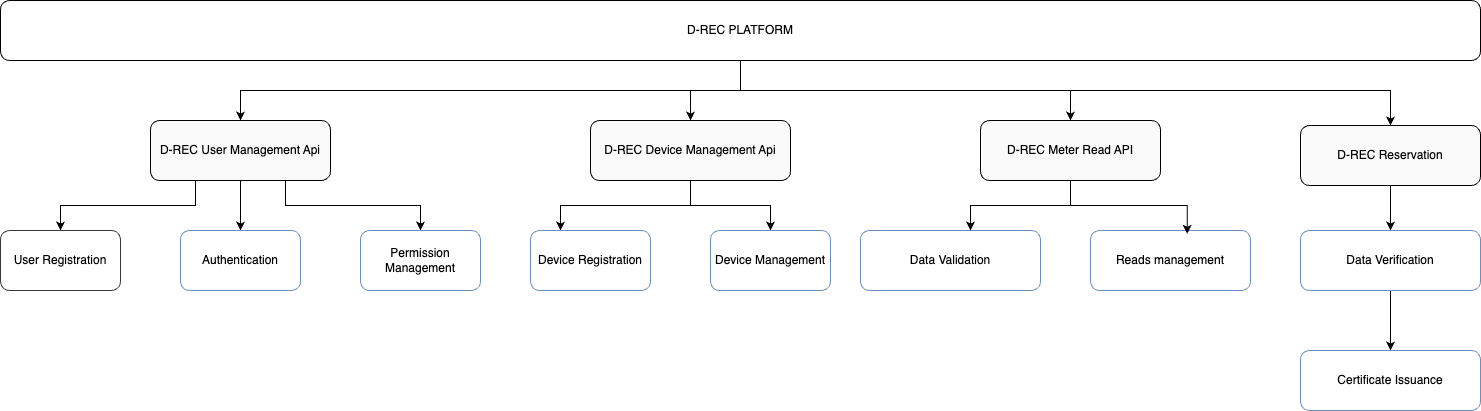
d-rec/drec-origin keeps this draw.io diagram as docs/platform-overview/img/service-architecture-diagram.png. Above is the earlier version. Source tidied: cells renumbered, new cells last; positions are measured from the earlier drawing's top-left corner, leaving out a move shared by most shapes.
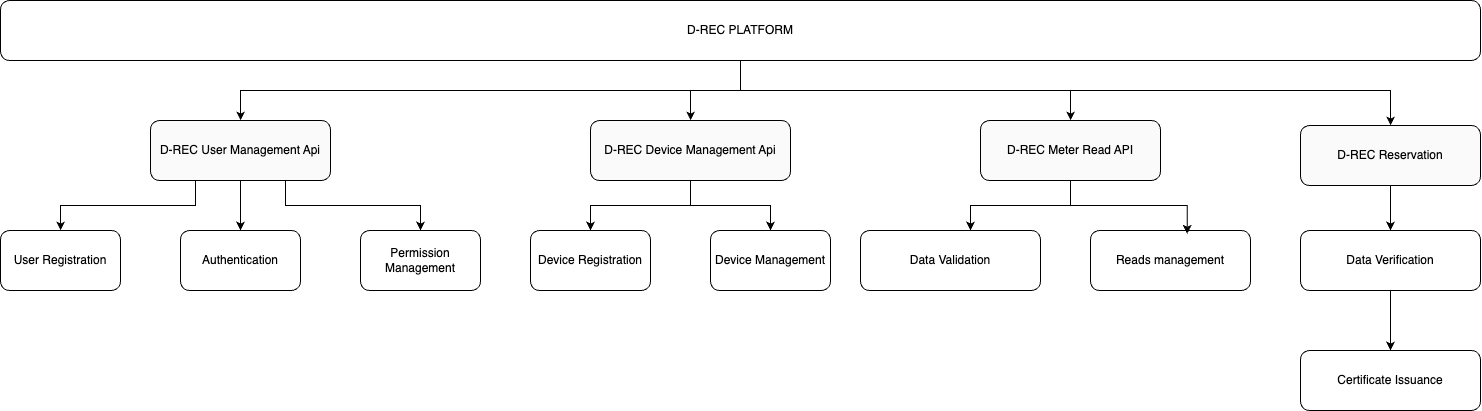
After the commit.

The edit, as a diff of the source:
```diff
@@ -34,16 +34,16 @@
     <mxCell id="10" value="D-REC User Management Api" style="rounded=1;whiteSpace=wrap;html=1;fillColor=light-dark(#fafafa, #512d2b);strokeColor=light-dark(#000000, #d7817e);" parent="1" vertex="1">
       <mxGeometry x="150" y="120" width="180" height="60" as="geometry" />
     </mxCell>
-    <mxCell id="11" value="User Registration" style="rounded=1;whiteSpace=wrap;html=1;fillColor=#FFFFFF;strokeColor=#36393d;" parent="1" vertex="1">
+    <mxCell id="11" value="User Registration" style="rounded=1;whiteSpace=wrap;html=1;fillColor=#FFFFFF;strokeColor=light-dark(#000000, #babdc0);" parent="1" vertex="1">
       <mxGeometry y="230" width="120" height="60" as="geometry" />
     </mxCell>
-    <mxCell id="12" value="Authentication" style="rounded=1;whiteSpace=wrap;html=1;fillColor=#FFFFFF;strokeColor=#6c8ebf;" parent="1" vertex="1">
+    <mxCell id="12" value="Authentication" style="rounded=1;whiteSpace=wrap;html=1;fillColor=#FFFFFF;strokeColor=light-dark(#000000, #babdc0);" parent="1" vertex="1">
       <mxGeometry x="180" y="230" width="120" height="60" as="geometry" />
     </mxCell>
-    <mxCell id="13" value="Permission Management" style="rounded=1;whiteSpace=wrap;html=1;fillColor=#FFFFFF;strokeColor=#6c8ebf;" parent="1" vertex="1">
+    <mxCell id="13" value="Permission Management" style="rounded=1;whiteSpace=wrap;html=1;fillColor=#FFFFFF;strokeColor=light-dark(#000000, #babdc0);" parent="1" vertex="1">
       <mxGeometry x="360" y="230" width="120" height="60" as="geometry" />
     </mxCell>
-    <mxCell id="14" style="edgeStyle=orthogonalEdgeStyle;rounded=0;jettySize=auto;html=1;entryX=0.25;entryY=0;entryDx=0;entryDy=0;" parent="1" edge="1" source="16" target="17">
+    <mxCell id="14" style="edgeStyle=orthogonalEdgeStyle;rounded=0;jettySize=auto;html=1;entryX=0.5;entryY=0;entryDx=0;entryDy=0;" parent="1" edge="1" source="16" target="17">
       <mxGeometry relative="1" as="geometry" />
     </mxCell>
     <mxCell id="15" style="edgeStyle=orthogonalEdgeStyle;rounded=0;jettySize=auto;html=1;entryX=0.5;entryY=0;entryDx=0;entryDy=0;" parent="1" edge="1" source="16" target="18">
@@ -52,19 +52,19 @@
     <mxCell id="16" value="D-REC Device Management Api" style="rounded=1;whiteSpace=wrap;html=1;fillColor=light-dark(#fafafa, #512d2b);strokeColor=light-dark(#000000, #d7817e);" parent="1" vertex="1">
       <mxGeometry x="590" y="120" width="200" height="60" as="geometry" />
     </mxCell>
-    <mxCell id="17" value="Device Registration" style="rounded=1;whiteSpace=wrap;html=1;fillColor=#FFFFFF;strokeColor=#6c8ebf;" parent="1" vertex="1">
+    <mxCell id="17" value="Device Registration" style="rounded=1;whiteSpace=wrap;html=1;fillColor=#FFFFFF;strokeColor=light-dark(#000000, #babdc0);" parent="1" vertex="1">
       <mxGeometry x="530" y="230" width="120" height="60" as="geometry" />
     </mxCell>
-    <mxCell id="18" value="Device Management" style="rounded=1;whiteSpace=wrap;html=1;fillColor=#FFFFFF;strokeColor=#6c8ebf;" parent="1" vertex="1">
+    <mxCell id="18" value="Device Management" style="rounded=1;whiteSpace=wrap;html=1;fillColor=#FFFFFF;strokeColor=light-dark(#000000, #babdc0);" parent="1" vertex="1">
       <mxGeometry x="710" y="230" width="120" height="60" as="geometry" />
     </mxCell>
     <mxCell id="19" value="D-REC Meter Read API" style="rounded=1;whiteSpace=wrap;html=1;fillColor=light-dark(#fafafa, #512d2b);strokeColor=light-dark(#000000, #d7817e);" parent="1" vertex="1">
       <mxGeometry x="980" y="120" width="180" height="60" as="geometry" />
     </mxCell>
-    <mxCell id="20" value="Data Validation" style="rounded=1;whiteSpace=wrap;html=1;fillColor=#FFFFFF;strokeColor=#6c8ebf;" parent="1" vertex="1">
+    <mxCell id="20" value="Data Validation" style="rounded=1;whiteSpace=wrap;html=1;fillColor=#FFFFFF;strokeColor=light-dark(#000000, #babdc0);" parent="1" vertex="1">
       <mxGeometry x="860" y="230" width="180" height="60" as="geometry" />
     </mxCell>
-    <mxCell id="21" value="Reads management" style="rounded=1;whiteSpace=wrap;html=1;fillColor=#FFFFFF;strokeColor=#6c8ebf;" parent="1" vertex="1">
+    <mxCell id="21" value="Reads management" style="rounded=1;whiteSpace=wrap;html=1;fillColor=#FFFFFF;strokeColor=light-dark(#000000, #babdc0);" parent="1" vertex="1">
       <mxGeometry x="1090" y="230" width="160" height="60" as="geometry" />
     </mxCell>
     <mxCell id="22" style="edgeStyle=orthogonalEdgeStyle;rounded=0;jettySize=auto;html=1;entryX=0.611;entryY=0;entryDx=0;entryDy=0;entryPerimeter=0;" parent="1" edge="1" source="19" target="20">
@@ -82,10 +82,10 @@
     <mxCell id="26" style="edgeStyle=orthogonalEdgeStyle;rounded=0;jettySize=auto;html=1;" parent="1" edge="1" source="27" target="28">
       <mxGeometry relative="1" as="geometry" />
     </mxCell>
-    <mxCell id="27" value="Data Verification" style="rounded=1;whiteSpace=wrap;html=1;fillColor=#FFFFFF;strokeColor=#6c8ebf;" parent="1" vertex="1">
+    <mxCell id="27" value="Data Verification" style="rounded=1;whiteSpace=wrap;html=1;fillColor=#FFFFFF;strokeColor=light-dark(#000000, #babdc0);" parent="1" vertex="1">
       <mxGeometry x="1300" y="230" width="180" height="60" as="geometry" />
     </mxCell>
-    <mxCell id="28" value="Certificate Issuance" style="rounded=1;whiteSpace=wrap;html=1;fillColor=#FFFFFF;strokeColor=#6c8ebf;" parent="1" vertex="1">
+    <mxCell id="28" value="Certificate Issuance" style="rounded=1;whiteSpace=wrap;html=1;fillColor=#FFFFFF;strokeColor=light-dark(#000000, #babdc0);" parent="1" vertex="1">
       <mxGeometry x="1300" y="350" width="180" height="60" as="geometry" />
     </mxCell>
   </root>
```
